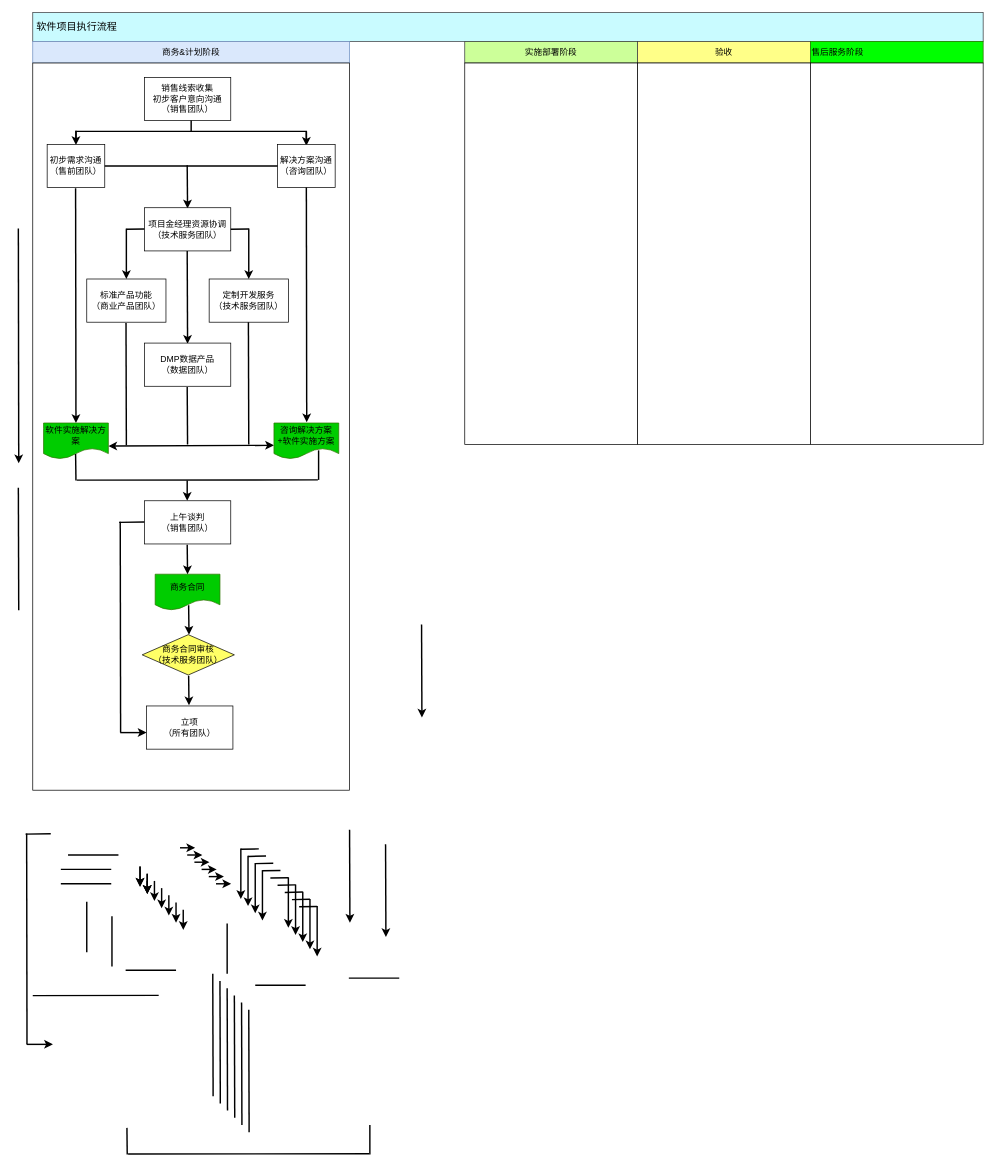
This is 未命名绘图.drawio from pingxinerlun/Demo, a draw.io file, before an edit. Source tidied: cells renumbered, new cells numbered last; positions are measured from the earlier drawing's top-left corner, leaving out a move shared by most shapes. Both pictures are drawn from the tidied source at 72%, with x=0, y=0 at pixel (18, 12).
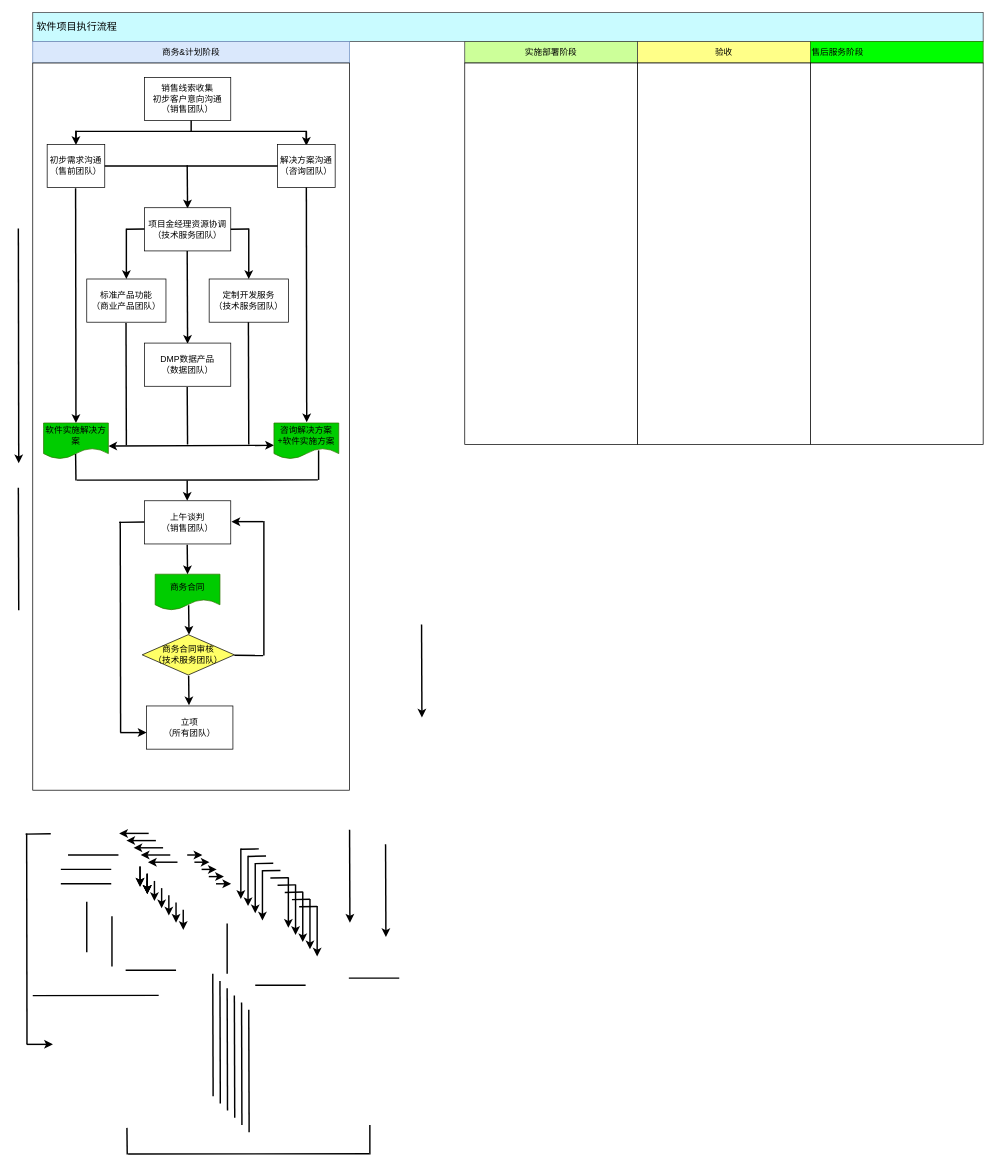
After the change.

Commit message:
商务&计划阶段-初步搞定.drawio

What changed in the source:
```diff
@@
     <mxCell id="102" style="endArrow=classic;html=1;endSize=6;strokeWidth=2;" parent="1" edge="1">
       <mxGeometry relative="1" as="geometry">
-        <mxPoint x="224.5" y="1160" as="sourcePoint" />
-        <mxPoint x="245.5" y="1160" as="targetPoint" />
+        <mxPoint x="340" y="707" as="sourcePoint" />
+        <mxPoint x="296" y="707" as="targetPoint" />
       </mxGeometry>
     </mxCell>
@@
+    <mxCell id="111" style="endArrow=none;html=1;strokeWidth=2;" parent="1" edge="1">
+      <mxGeometry relative="1" as="geometry">
+        <mxPoint x="300" y="892.5" as="sourcePoint" />
+        <mxPoint x="340" y="893" as="targetPoint" />
+      </mxGeometry>
+    </mxCell>
+    <mxCell id="112" style="endArrow=none;html=1;strokeWidth=2;" parent="1" edge="1">
+      <mxGeometry relative="1" as="geometry">
+        <mxPoint x="341" y="893" as="sourcePoint" />
+        <mxPoint x="341" y="706" as="targetPoint" />
+      </mxGeometry>
+    </mxCell>
+    <mxCell id="113" style="endArrow=classic;html=1;endSize=6;strokeWidth=2;" parent="1" edge="1">
+      <mxGeometry relative="1" as="geometry">
+        <mxPoint x="179" y="1196" as="sourcePoint" />
+        <mxPoint x="179" y="1224" as="targetPoint" />
+      </mxGeometry>
+    </mxCell>
+    <mxCell id="114" style="endArrow=classic;html=1;endSize=6;strokeWidth=2;" parent="1" edge="1">
+      <mxGeometry relative="1" as="geometry">
+        <mxPoint x="181" y="1140" as="sourcePoint" />
+        <mxPoint x="140" y="1140" as="targetPoint" />
+      </mxGeometry>
+    </mxCell>
+    <mxCell id="115" style="endArrow=classic;html=1;endSize=6;strokeWidth=2;" parent="1" edge="1">
+      <mxGeometry relative="1" as="geometry">
+        <mxPoint x="191" y="1150" as="sourcePoint" />
+        <mxPoint x="150" y="1150" as="targetPoint" />
+      </mxGeometry>
+    </mxCell>
+    <mxCell id="116" style="endArrow=classic;html=1;endSize=6;strokeWidth=2;" parent="1" edge="1">
+      <mxGeometry relative="1" as="geometry">
+        <mxPoint x="201" y="1160" as="sourcePoint" />
+        <mxPoint x="160" y="1160" as="targetPoint" />
+      </mxGeometry>
+    </mxCell>
+    <mxCell id="117" style="endArrow=classic;html=1;endSize=6;strokeWidth=2;" parent="1" edge="1">
+      <mxGeometry relative="1" as="geometry">
+        <mxPoint x="211" y="1170" as="sourcePoint" />
+        <mxPoint x="170" y="1170" as="targetPoint" />
+      </mxGeometry>
+    </mxCell>
+    <mxCell id="118" style="endArrow=classic;html=1;endSize=6;strokeWidth=2;" parent="1" edge="1">
+      <mxGeometry relative="1" as="geometry">
+        <mxPoint x="221" y="1180" as="sourcePoint" />
+        <mxPoint x="180" y="1180" as="targetPoint" />
+      </mxGeometry>
+    </mxCell>
```
